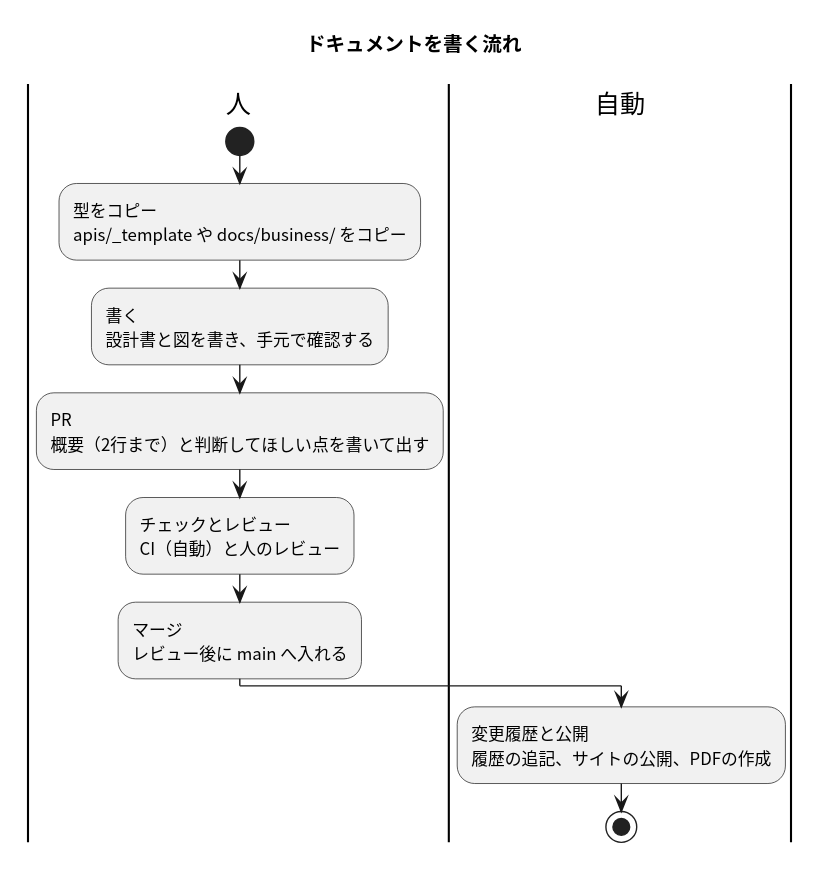
masamasamasato/design-doc-template keeps this PlantUML diagram as docs/usage-flow.svg. Above is the earlier version. Its source is kept beside it as docs/usage-flow.puml.
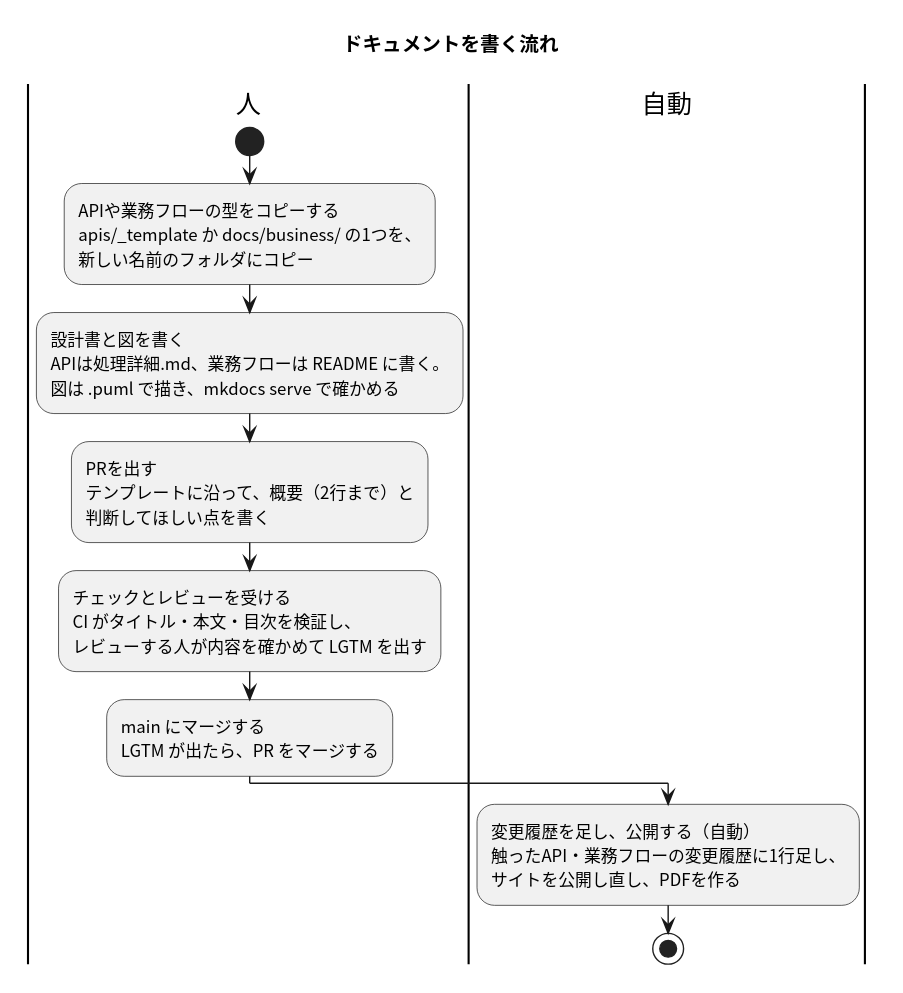
The same file after the commit.

Commit message:
ドキュメントを書く流れの図で、各箱の1行目で内容が分かるようにする (#68)

Change to the diagram source:
```diff
@@ -7,12 +7,12 @@
 
 |人|
 start
-:型をコピー\napis/_template や docs/business/ をコピー;
-:書く\n設計書と図を書き、手元で確認する;
-:PR\n概要（2行まで）と判断してほしい点を書いて出す;
-:チェックとレビュー\nCI（自動）と人のレビュー;
-:マージ\nレビュー後に main へ入れる;
+:APIや業務フローの型をコピーする\napis/_template か docs/business/ の1つを、\n新しい名前のフォルダにコピー;
+:設計書と図を書く\nAPIは処理詳細.md、業務フローは README に書く。\n図は .puml で描き、mkdocs serve で確かめる;
+:PRを出す\nテンプレートに沿って、概要（2行まで）と\n判断してほしい点を書く;
+:チェックとレビューを受ける\nCI がタイトル・本文・目次を検証し、\nレビューする人が内容を確かめて LGTM を出す;
+:main にマージする\nLGTM が出たら、PR をマージする;
 |自動|
-:変更履歴と公開\n履歴の追記、サイトの公開、PDFの作成;
+:変更履歴を足し、公開する（自動）\n触ったAPI・業務フローの変更履歴に1行足し、\nサイトを公開し直し、PDFを作る;
 stop
 @enduml
```
